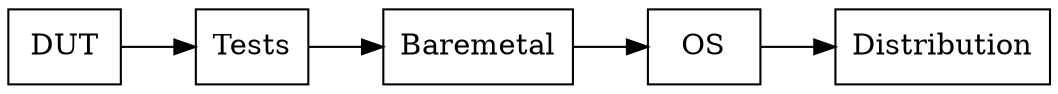
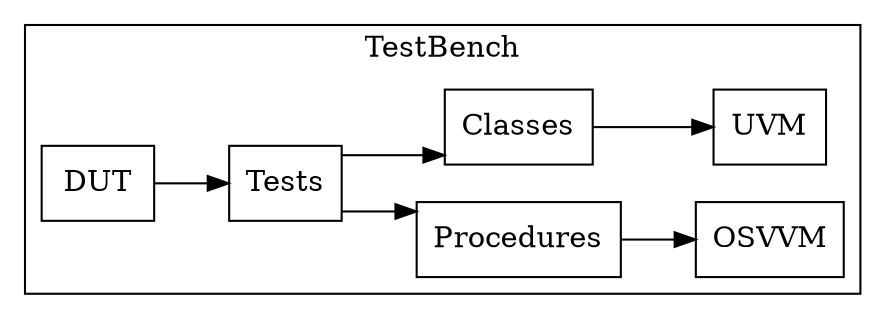
digraph Project {
  // Introduction
  graph [rankdir = LR, splines=ortho];
  node[shape=record];

  // Blocks
-   DUT[label="DUT"];
-   Tests[label="Tests"];
-   Baremetal[label="Baremetal"];
-   OS[label="OS"];
-   Distribution[label="Distribution"];
+   subgraph "cluster TestBench" { label = "TestBench";
+     DUT[shape=box, label="DUT"];
+     Tests[shape=box, label="Tests"];
+     Procedures[shape=box, label="Procedures"];
+     OSVVM[shape=box, label="OSVVM"];
+     Classes[shape=box, label="Classes"];
+     UVM[shape=box, label="UVM"];
+   }

  // Sequence
  DUT -> Tests;
-   Tests -> Baremetal;
-   Baremetal -> OS;
-   OS -> Distribution;
+   Tests -> Procedures;
+   Tests -> Classes;
+   Procedures -> OSVVM;
+   Classes -> UVM;
}
